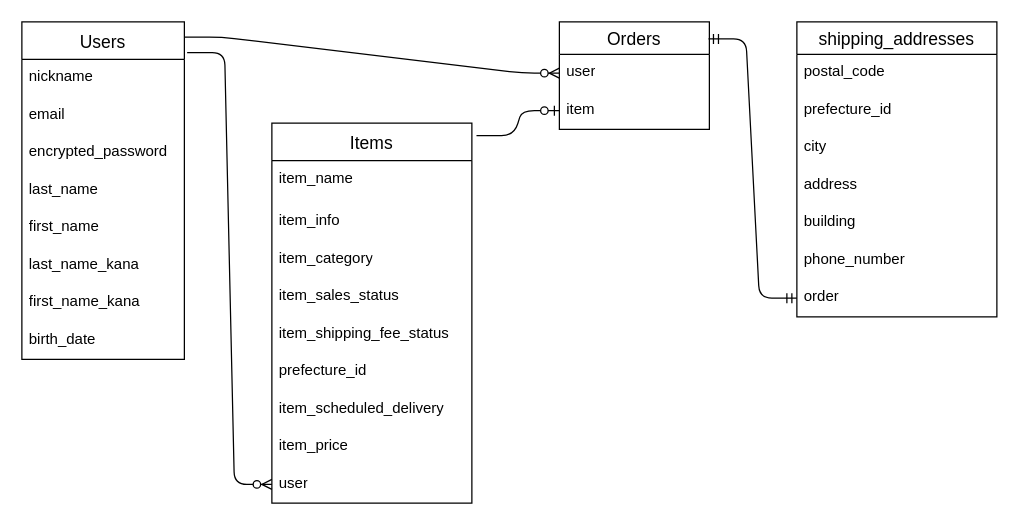
morrisworks/furima-41912 keeps this draw.io diagram as ER.dio. Above is the earlier version. Source tidied: cells renumbered, new cells numbered last; positions are measured from the earlier drawing's top-left corner, leaving out a move shared by most shapes. Both pictures are drawn from the tidied source at 125%, with x=0, y=0 at pixel (21, 21).
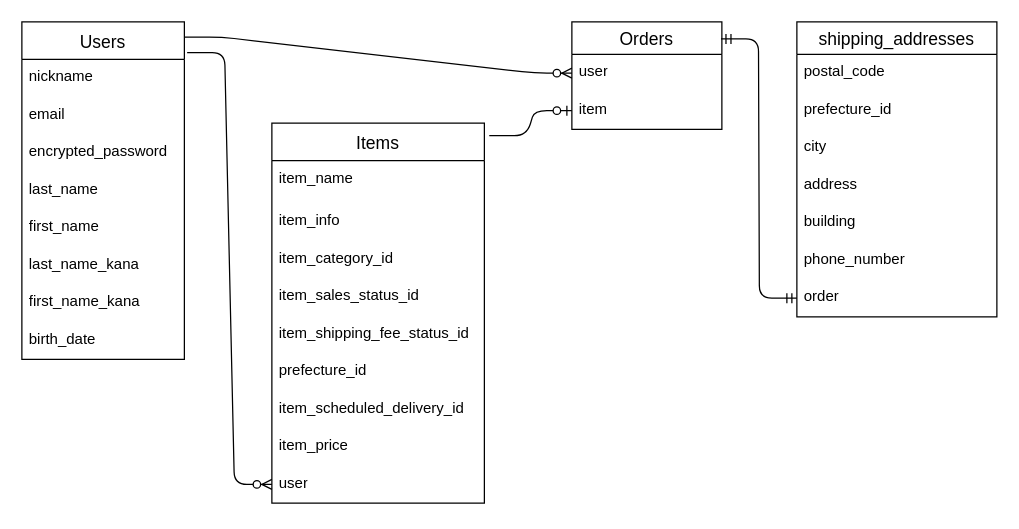
Above is the later version.

Diff of the diagram source:
```diff
@@
     <mxCell id="10" value="Items" style="swimlane;fontStyle=0;horizontal=1;startSize=30;align=center;fontSize=14;" parent="1" vertex="1">
-      <mxGeometry x="200" y="81" width="160" height="304" as="geometry" />
+      <mxGeometry x="200" y="81" width="170" height="304" as="geometry" />
     </mxCell>
     <mxCell id="11" value="item_name" style="text;strokeColor=none;fillColor=none;spacingLeft=4;spacingRight=4;overflow=hidden;fontSize=12;whiteSpace=wrap;html=1;" parent="10" vertex="1">
-      <mxGeometry y="30" width="160" height="34" as="geometry" />
+      <mxGeometry y="30" width="170" height="34" as="geometry" />
     </mxCell>
     <mxCell id="12" value="item_info" style="text;strokeColor=none;fillColor=none;spacingLeft=4;spacingRight=4;overflow=hidden;fontSize=12;whiteSpace=wrap;html=1;" parent="10" vertex="1">
-      <mxGeometry y="64" width="160" height="30" as="geometry" />
+      <mxGeometry y="64" width="170" height="30" as="geometry" />
     </mxCell>
-    <mxCell id="13" value="item_category" style="text;strokeColor=none;fillColor=none;spacingLeft=4;spacingRight=4;overflow=hidden;fontSize=12;whiteSpace=wrap;html=1;" parent="10" vertex="1">
-      <mxGeometry y="94" width="160" height="30" as="geometry" />
+    <mxCell id="13" value="item_category&lt;span style=&quot;color: rgb(0, 0, 0);&quot;&gt;_id&lt;/span&gt;" style="text;strokeColor=none;fillColor=none;spacingLeft=4;spacingRight=4;overflow=hidden;fontSize=12;whiteSpace=wrap;html=1;" parent="10" vertex="1">
+      <mxGeometry y="94" width="170" height="30" as="geometry" />
     </mxCell>
-    <mxCell id="14" value="item_sales_status" style="text;strokeColor=none;fillColor=none;spacingLeft=4;spacingRight=4;overflow=hidden;fontSize=12;whiteSpace=wrap;html=1;" parent="10" vertex="1">
-      <mxGeometry y="124" width="160" height="30" as="geometry" />
+    <mxCell id="14" value="item_sales_status&lt;span style=&quot;color: rgb(0, 0, 0);&quot;&gt;_id&lt;/span&gt;" style="text;strokeColor=none;fillColor=none;spacingLeft=4;spacingRight=4;overflow=hidden;fontSize=12;whiteSpace=wrap;html=1;" parent="10" vertex="1">
+      <mxGeometry y="124" width="170" height="30" as="geometry" />
     </mxCell>
-    <mxCell id="15" value="item_shipping_fee_status" style="text;strokeColor=none;fillColor=none;spacingLeft=4;spacingRight=4;overflow=hidden;fontSize=12;whiteSpace=wrap;html=1;" parent="10" vertex="1">
-      <mxGeometry y="154" width="160" height="30" as="geometry" />
+    <mxCell id="15" value="item_shipping_fee_status&lt;span style=&quot;color: rgb(0, 0, 0);&quot;&gt;_id&lt;/span&gt;" style="text;strokeColor=none;fillColor=none;spacingLeft=4;spacingRight=4;overflow=hidden;fontSize=12;whiteSpace=wrap;html=1;" parent="10" vertex="1">
+      <mxGeometry y="154" width="170" height="30" as="geometry" />
     </mxCell>
     <mxCell id="16" value="prefecture_id" style="text;strokeColor=none;fillColor=none;spacingLeft=4;spacingRight=4;overflow=hidden;fontSize=12;whiteSpace=wrap;html=1;" parent="10" vertex="1">
-      <mxGeometry y="184" width="160" height="30" as="geometry" />
+      <mxGeometry y="184" width="170" height="30" as="geometry" />
     </mxCell>
-    <mxCell id="17" value="item_scheduled_delivery" style="text;strokeColor=none;fillColor=none;spacingLeft=4;spacingRight=4;overflow=hidden;fontSize=12;whiteSpace=wrap;html=1;" parent="10" vertex="1">
-      <mxGeometry y="214" width="160" height="30" as="geometry" />
+    <mxCell id="17" value="item_scheduled_delivery&lt;span style=&quot;color: rgb(0, 0, 0);&quot;&gt;_id&lt;/span&gt;" style="text;strokeColor=none;fillColor=none;spacingLeft=4;spacingRight=4;overflow=hidden;fontSize=12;whiteSpace=wrap;html=1;" parent="10" vertex="1">
+      <mxGeometry y="214" width="170" height="30" as="geometry" />
     </mxCell>
     <mxCell id="18" value="item_price" style="text;strokeColor=none;fillColor=none;spacingLeft=4;spacingRight=4;overflow=hidden;fontSize=12;whiteSpace=wrap;html=1;" parent="10" vertex="1">
-      <mxGeometry y="244" width="160" height="30" as="geometry" />
+      <mxGeometry y="244" width="170" height="30" as="geometry" />
     </mxCell>
     <mxCell id="19" value="user" style="text;strokeColor=none;fillColor=none;spacingLeft=4;spacingRight=4;overflow=hidden;points=[[0,0.5],[1,0.5]];portConstraint=eastwest;fontSize=12;whiteSpace=wrap;html=1;" parent="10" vertex="1">
-      <mxGeometry y="274" width="160" height="30" as="geometry" />
+      <mxGeometry y="274" width="170" height="30" as="geometry" />
     </mxCell>
@@
     <mxCell id="32" value="Orders" style="swimlane;fontStyle=0;horizontal=1;startSize=26;align=center;fontSize=14;" parent="1" vertex="1">
-      <mxGeometry x="430" width="120" height="86" as="geometry" />
+      <mxGeometry x="440" width="120" height="86" as="geometry" />
     </mxCell>
```
